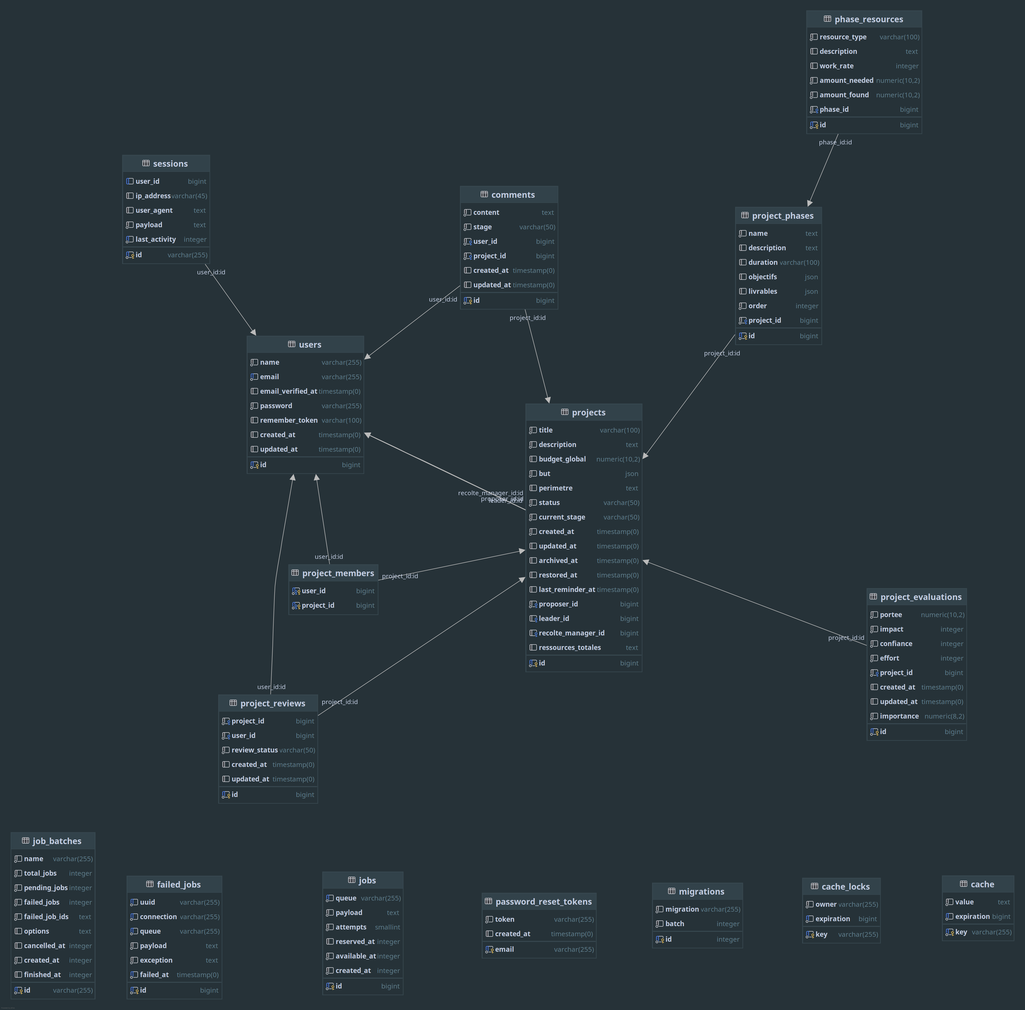
Above: docs/MLD.png in jobtrek/laravel-group-project (Mermaid), before the change. Its source is kept beside it as docs/MLD.mermaid.
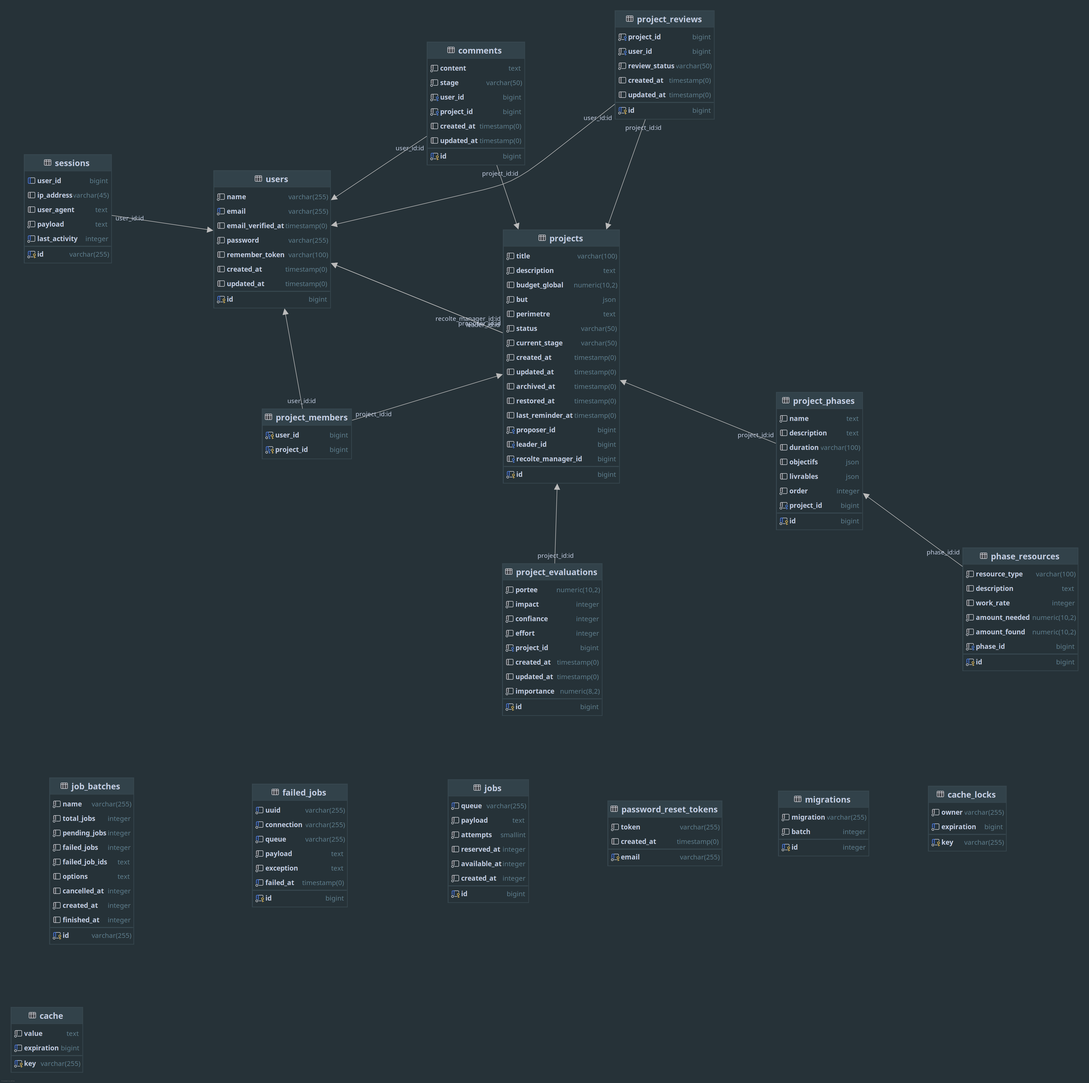
After the commit.

The edit, as a diff of the source:
```diff
@@ -117,7 +117,6 @@
    bigint proposer_id
    bigint leader_id
    bigint recolte_manager_id
-   text ressources_totales
    bigint id
 }
 class sessions {
```
